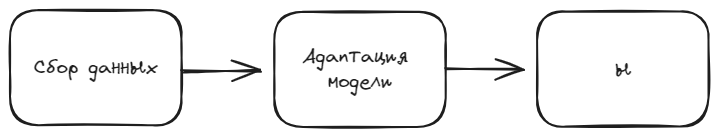
Earlier version of the Excalidraw export plan.excalidraw.png (NMashalov/EducationGenerativeModelApplication). Source tidied: one line per element, renumbered; positions are measured from the earlier drawing's top-left corner, leaving out a move shared by most shapes. The source it was exported from:
```json
{"id": 0, "type": "rectangle", "strokeColor": "#1e1e1e", "strokeWidth": 2, "roughness": 1, "round": true, "x": 0, "y": 0, "width": 171, "height": 115}
{"id": 1, "type": "text", "text": "Сбор данных", "strokeColor": "#1e1e1e", "strokeWidth": 2, "roughness": 1, "fontSize": 20, "fontFamily": 1, "textAlign": "center", "verticalAlign": "middle", "inside": 0, "x": 24, "y": 45, "width": 124, "height": 25}
{"id": 2, "type": "arrow", "strokeColor": "#1e1e1e", "strokeWidth": 2, "roughness": 1, "endArrowhead": "arrow", "round": true, "from": 0, "to": 3, "x": 172, "y": 61, "width": 79, "height": 1, "points": [[0, 0], [79, 1]]}
{"id": 3, "type": "rectangle", "strokeColor": "#1e1e1e", "strokeWidth": 2, "roughness": 1, "round": true, "x": 264, "y": 2, "width": 171, "height": 115}
{"id": 4, "type": "text", "text": "Адаптация \nмодели", "strokeColor": "#1e1e1e", "strokeWidth": 2, "roughness": 1, "fontSize": 20, "fontFamily": 1, "textAlign": "center", "verticalAlign": "middle", "inside": 3, "x": 292, "y": 34, "width": 115, "height": 50}
{"id": 5, "type": "rectangle", "strokeColor": "#1e1e1e", "strokeWidth": 2, "roughness": 1, "round": true, "x": 527, "y": 1, "width": 171, "height": 115}
{"id": 6, "type": "text", "text": "ы", "strokeColor": "#1e1e1e", "strokeWidth": 2, "roughness": 1, "fontSize": 20, "fontFamily": 1, "textAlign": "center", "verticalAlign": "middle", "inside": 5, "x": 605, "y": 46, "width": 16, "height": 25}
{"id": 7, "type": "arrow", "strokeColor": "#1e1e1e", "strokeWidth": 2, "roughness": 1, "endArrowhead": "arrow", "round": true, "from": 3, "to": 5, "x": 437, "y": 59, "width": 76, "height": 1, "points": [[0, 0], [76, 1]]}
```
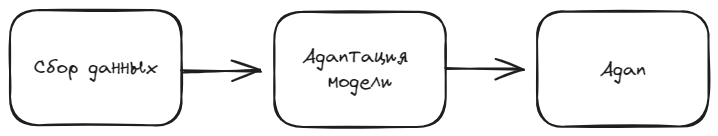
After the change.

Diff of the diagram source:
```diff
@@ -4,5 +4,5 @@
 {"id": 3, "type": "rectangle", "strokeColor": "#1e1e1e", "strokeWidth": 2, "roughness": 1, "round": true, "x": 264, "y": 2, "width": 171, "height": 115}
 {"id": 4, "type": "text", "text": "Адаптация \nмодели", "strokeColor": "#1e1e1e", "strokeWidth": 2, "roughness": 1, "fontSize": 20, "fontFamily": 1, "textAlign": "center", "verticalAlign": "middle", "inside": 3, "x": 292, "y": 34, "width": 115, "height": 50}
 {"id": 5, "type": "rectangle", "strokeColor": "#1e1e1e", "strokeWidth": 2, "roughness": 1, "round": true, "x": 527, "y": 1, "width": 171, "height": 115}
-{"id": 6, "type": "text", "text": "ы", "strokeColor": "#1e1e1e", "strokeWidth": 2, "roughness": 1, "fontSize": 20, "fontFamily": 1, "textAlign": "center", "verticalAlign": "middle", "inside": 5, "x": 605, "y": 46, "width": 16, "height": 25}
+{"id": 6, "type": "text", "text": "Адап", "strokeColor": "#1e1e1e", "strokeWidth": 2, "roughness": 1, "fontSize": 20, "fontFamily": 1, "textAlign": "center", "verticalAlign": "middle", "inside": 5, "x": 590, "y": 46, "width": 46, "height": 25}
 {"id": 7, "type": "arrow", "strokeColor": "#1e1e1e", "strokeWidth": 2, "roughness": 1, "endArrowhead": "arrow", "round": true, "from": 3, "to": 5, "x": 437, "y": 59, "width": 76, "height": 1, "points": [[0, 0], [76, 1]]}
```
